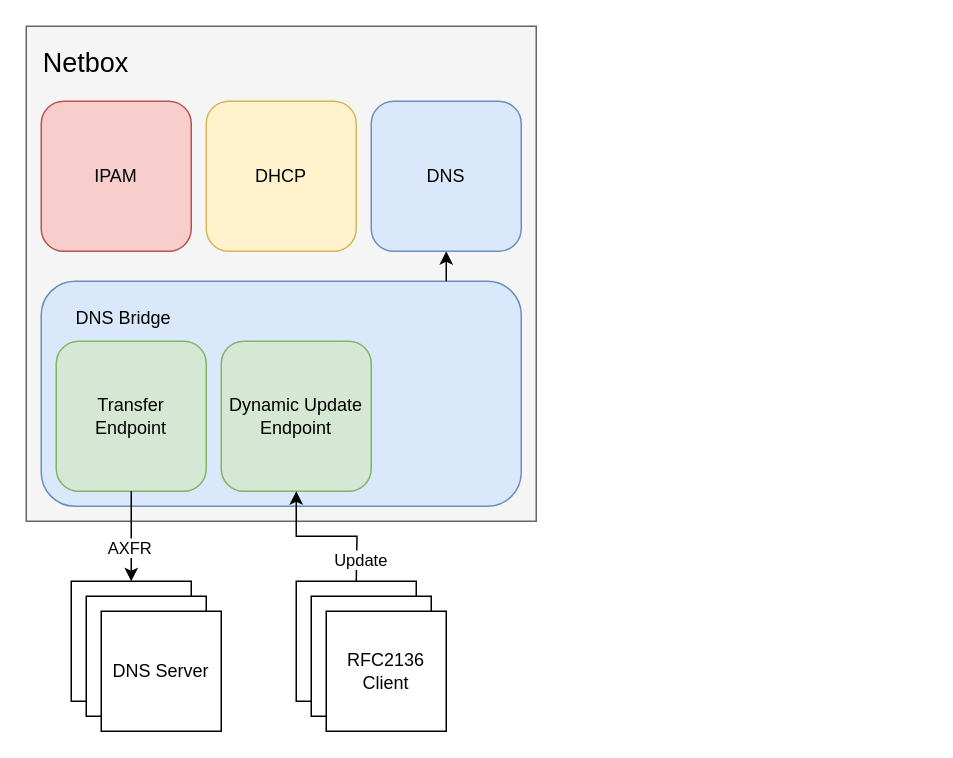
Before: docs/architecture-overview.drawio in Suraxius/netbox-plugin-bind-provisioner, a draw.io diagram. Source tidied: cells renumbered, new cells numbered last; positions are measured from the earlier drawing's top-left corner, leaving out a move shared by most shapes. Both pictures are drawn from the tidied source at 150%, with x=0, y=0 at pixel (26, 26).
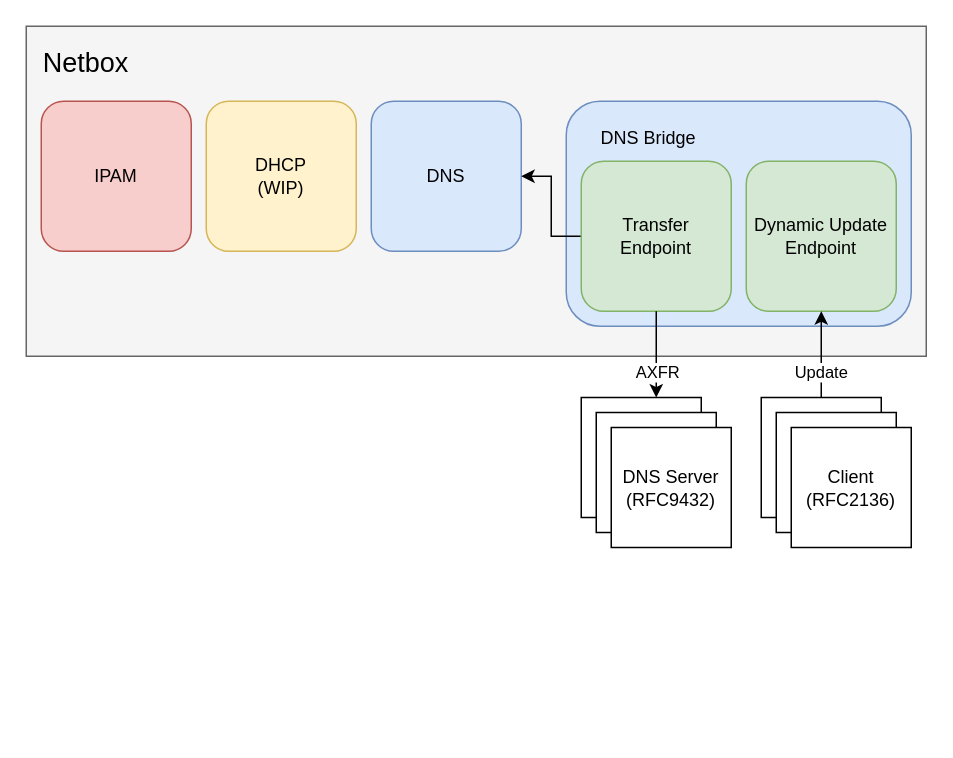
The same diagram, later.

Unchanged cells that the change refers to:
```xml
<mxCell id="7" value="DNS" style="whiteSpace=wrap;html=1;fillColor=#dae8fc;strokeColor=#6c8ebf;rounded=1;" parent="1" vertex="1">
  <mxGeometry x="230" y="50" width="100" height="100" as="geometry" />
</mxCell>
```

What changed in the source:
```diff
@@
     <mxCell id="2" style="whiteSpace=wrap;html=1;" parent="1" vertex="1">
-      <mxGeometry x="180" y="370" width="80" height="80" as="geometry" />
+      <mxGeometry x="490" y="247.5" width="80" height="80" as="geometry" />
     </mxCell>
     <mxCell id="3" style="rounded=0;whiteSpace=wrap;html=1;fillColor=#f5f5f5;fontColor=#333333;strokeColor=#666666;" parent="1" vertex="1">
-      <mxGeometry width="340" height="330" as="geometry" />
+      <mxGeometry width="600" height="220" as="geometry" />
     </mxCell>
     <mxCell id="4" style="rounded=1;whiteSpace=wrap;html=1;fillColor=#dae8fc;strokeColor=#6c8ebf;" parent="1" vertex="1">
-      <mxGeometry x="10" y="170" width="320" height="150" as="geometry" />
+      <mxGeometry x="360" y="50" width="230" height="150" as="geometry" />
     </mxCell>
@@
-    <mxCell id="6" style="edgeStyle=orthogonalEdgeStyle;rounded=0;jettySize=auto;html=1;endArrow=none;endFill=0;startArrow=classic;startFill=1;" parent="1" edge="1" source="7" target="4">
-      <mxGeometry relative="1" as="geometry">
-        <Array as="points">
-          <mxPoint x="280" y="190" />
-          <mxPoint x="280" y="190" />
-        </Array>
-      </mxGeometry>
-    </mxCell>
@@
-    <mxCell id="9" value="DHCP" style="whiteSpace=wrap;html=1;fillColor=#fff2cc;strokeColor=#d6b656;rounded=1;" parent="1" vertex="1">
+    <mxCell id="9" value="DHCP&lt;br&gt;(WIP)" style="whiteSpace=wrap;html=1;fillColor=#fff2cc;strokeColor=#d6b656;rounded=1;" parent="1" vertex="1">
       <mxGeometry x="120" y="50" width="100" height="100" as="geometry" />
     </mxCell>
+    <mxCell id="22" style="edgeStyle=orthogonalEdgeStyle;rounded=0;jettySize=auto;html=1;" parent="1" edge="1" source="10" target="7">
+      <mxGeometry relative="1" as="geometry" />
+    </mxCell>
     <mxCell id="10" value="Transfer&lt;br&gt;Endpoint" style="whiteSpace=wrap;html=1;fillColor=#d5e8d4;strokeColor=#82b366;rounded=1;" parent="1" vertex="1">
-      <mxGeometry x="20" y="210" width="100" height="100" as="geometry" />
+      <mxGeometry x="370" y="90" width="100" height="100" as="geometry" />
     </mxCell>
     <mxCell id="11" value="Dynamic Update&lt;br&gt;Endpoint" style="whiteSpace=wrap;html=1;fillColor=#d5e8d4;strokeColor=#82b366;rounded=1;" parent="1" vertex="1">
-      <mxGeometry x="130" y="210" width="100" height="100" as="geometry" />
+      <mxGeometry x="480" y="90" width="100" height="100" as="geometry" />
     </mxCell>
     <mxCell id="12" value="DNS Bridge" style="text;html=1;whiteSpace=wrap;strokeColor=none;fillColor=none;align=center;verticalAlign=middle;rounded=0;" parent="1" vertex="1">
-      <mxGeometry x="20" y="180" width="90" height="30" as="geometry" />
+      <mxGeometry x="370" y="60" width="90" height="30" as="geometry" />
     </mxCell>
     <mxCell id="13" style="edgeStyle=orthogonalEdgeStyle;rounded=0;jettySize=auto;html=1;endArrow=none;endFill=0;startArrow=classic;startFill=1;" parent="1" edge="1" source="15" target="10">
-      <mxGeometry relative="1" as="geometry" />
+      <mxGeometry relative="1" as="geometry">
+        <Array as="points">
+          <mxPoint x="420" y="240" />
+          <mxPoint x="420" y="240" />
+        </Array>
+      </mxGeometry>
     </mxCell>
     <mxCell id="14" value="AXFR" style="edgeLabel;html=1;align=center;verticalAlign=middle;" parent="13" vertex="1">
-      <mxGeometry x="-0.23" y="2" relative="1" as="geometry" />
+      <mxGeometry x="-0.23" y="2" relative="1" as="geometry">
+        <mxPoint x="2" y="5" as="offset" />
+      </mxGeometry>
     </mxCell>
     <mxCell id="15" style="whiteSpace=wrap;html=1;" parent="1" vertex="1">
-      <mxGeometry x="30" y="370" width="80" height="80" as="geometry" />
+      <mxGeometry x="370" y="247.5" width="80" height="80" as="geometry" />
     </mxCell>
     <mxCell id="16" style="whiteSpace=wrap;html=1;" parent="1" vertex="1">
-      <mxGeometry x="40" y="380" width="80" height="80" as="geometry" />
+      <mxGeometry x="380" y="257.5" width="80" height="80" as="geometry" />
     </mxCell>
-    <mxCell id="17" value="DNS Server" style="whiteSpace=wrap;html=1;" parent="1" vertex="1">
-      <mxGeometry x="50" y="390" width="80" height="80" as="geometry" />
+    <mxCell id="17" value="DNS Server&lt;br&gt;(RFC9432)" style="whiteSpace=wrap;html=1;" parent="1" vertex="1">
+      <mxGeometry x="390" y="267.5" width="80" height="80" as="geometry" />
     </mxCell>
-    <mxCell id="18" style="edgeStyle=orthogonalEdgeStyle;rounded=0;jettySize=auto;html=1;" parent="1" edge="1" target="11">
-      <mxGeometry relative="1" as="geometry">
-        <mxPoint x="220" y="370" as="sourcePoint" />
-      </mxGeometry>
-    </mxCell>
-    <mxCell id="19" value="Update" style="edgeLabel;html=1;align=center;verticalAlign=middle;" parent="18" vertex="1">
-      <mxGeometry x="-0.7" y="-2" relative="1" as="geometry" />
-    </mxCell>
     <mxCell id="20" style="whiteSpace=wrap;html=1;" parent="1" vertex="1">
-      <mxGeometry x="190" y="380" width="80" height="80" as="geometry" />
+      <mxGeometry x="500" y="257.5" width="80" height="80" as="geometry" />
     </mxCell>
-    <mxCell id="21" value="RFC2136 Client" style="whiteSpace=wrap;html=1;" parent="1" vertex="1">
-      <mxGeometry x="200" y="390" width="80" height="80" as="geometry" />
+    <mxCell id="21" value="Client&lt;br&gt;(RFC2136)" style="whiteSpace=wrap;html=1;" parent="1" vertex="1">
+      <mxGeometry x="510" y="267.5" width="80" height="80" as="geometry" />
     </mxCell>
+    <mxCell id="19" value="Update" style="edgeStyle=orthogonalEdgeStyle;rounded=0;jettySize=auto;html=1;" parent="1" edge="1" source="2" target="11">
+      <mxGeometry x="-0.39" relative="1" as="geometry">
+        <mxPoint y="1" as="offset" />
+      </mxGeometry>
+    </mxCell>
```
